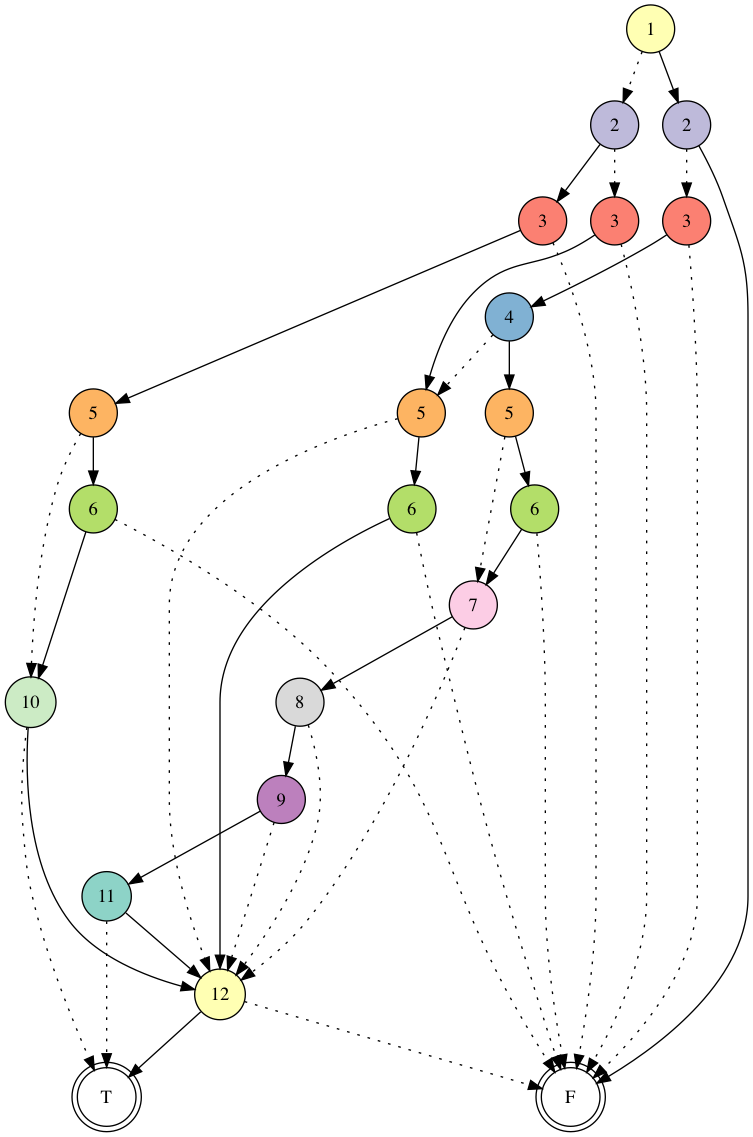
The Graphviz diagram OCaml/test2.png in Bluescreen-Muc/BddApprox, before a commit. Its source is kept beside it as OCaml/test2.dot.
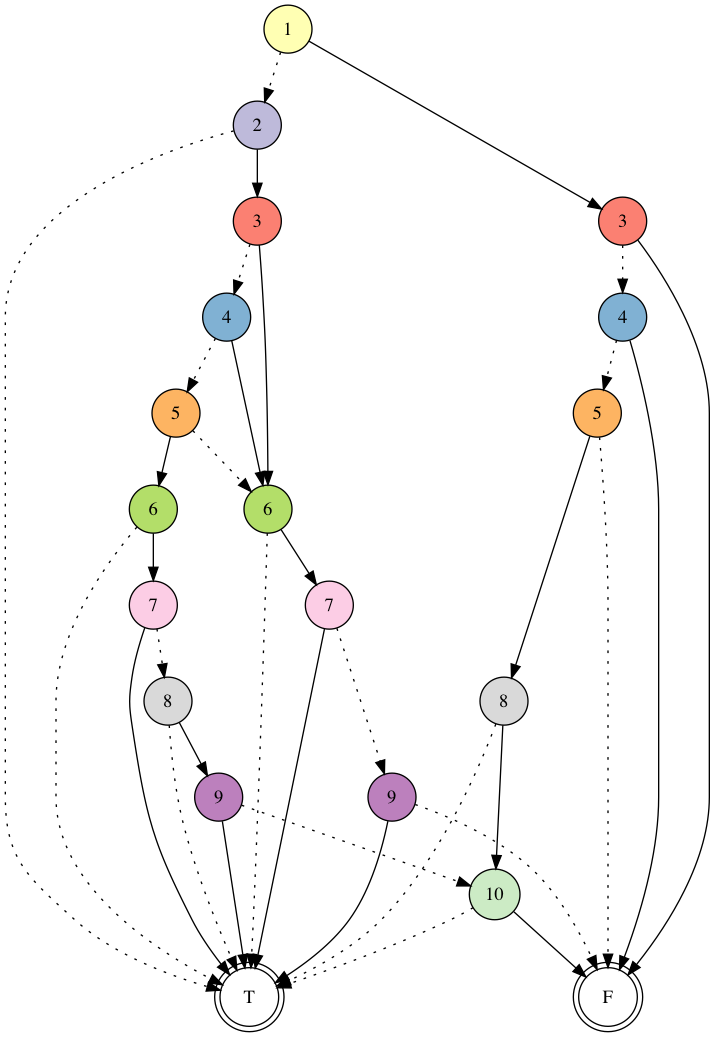
Later version of the same file.

Diff of the diagram source:
```diff
@@ -6,97 +6,460 @@
 		];
 {
 graph [rank=same];
-4739	[fillcolor=2, label=1, rank=1];
+216714	[fillcolor=2, label=1, rank=1];
 }
 {
 graph [rank=same];
-4732	[fillcolor=3, label=2, rank=2];
-4738	[fillcolor=3, label=2, rank=2];
+216713	[fillcolor=3, label=2, rank=2];
 }
 {
 graph [rank=same];
-4736	[fillcolor=4, label=3, rank=3];
-4737	[fillcolor=4, label=3, rank=3];
-4731	[fillcolor=4, label=3, rank=3];
+216691	[fillcolor=4, label=3, rank=3];
+216712	[fillcolor=4, label=3, rank=3];
 }
 {
 graph [rank=same];
-4730	[fillcolor=5, label=4, rank=4];
+216690	[fillcolor=5, label=4, rank=4];
+216711	[fillcolor=5, label=4, rank=4];
 }
 {
 graph [rank=same];
-4727	[fillcolor=6, label=5, rank=5];
-4729	[fillcolor=6, label=5, rank=5];
-4735	[fillcolor=6, label=5, rank=5];
+216710	[fillcolor=6, label=5, rank=5];
+216689	[fillcolor=6, label=5, rank=5];
 }
 {
 graph [rank=same];
-4734	[fillcolor=7, label=6, rank=6];
-4728	[fillcolor=7, label=6, rank=6];
-4726	[fillcolor=7, label=6, rank=6];
+216709	[fillcolor=7, label=6, rank=6];
+216700	[fillcolor=7, label=6, rank=6];
+216631	[fillcolor=7, label=6, rank=6];
+216688	[fillcolor=7, label=6, rank=6];
 }
 {
 graph [rank=same];
-4725	[fillcolor=8, label=7, rank=7];
+216630	[fillcolor=8, label=7, rank=7];
+216664	[fillcolor=8, label=7, rank=7];
+216704	[fillcolor=8, label=7, rank=7];
+216687	[fillcolor=8, label=7, rank=7];
+216708	[fillcolor=8, label=7, rank=7];
+216695	[fillcolor=8, label=7, rank=7];
+216699	[fillcolor=8, label=7, rank=7];
+216614	[fillcolor=8, label=7, rank=7];
 }
 {
 graph [rank=same];
-4724	[fillcolor=9, label=8, rank=8];
+216698	[fillcolor=9, label=8, rank=8];
+216686	[fillcolor=9, label=8, rank=8];
+216703	[fillcolor=9, label=8, rank=8];
+216707	[fillcolor=9, label=8, rank=8];
+216613	[fillcolor=9, label=8, rank=8];
+216663	[fillcolor=9, label=8, rank=8];
+216629	[fillcolor=9, label=8, rank=8];
+216694	[fillcolor=9, label=8, rank=8];
 }
 {
 graph [rank=same];
-4723	[fillcolor=10, label=9, rank=9];
+216679	[fillcolor=10, label=9, rank=9];
+216612	[fillcolor=10, label=9, rank=9];
+216702	[fillcolor=10, label=9, rank=9];
+216696	[fillcolor=10, label=9, rank=9];
+216693	[fillcolor=10, label=9, rank=9];
+216705	[fillcolor=10, label=9, rank=9];
+216655	[fillcolor=10, label=9, rank=9];
+216706	[fillcolor=10, label=9, rank=9];
+216692	[fillcolor=10, label=9, rank=9];
+216685	[fillcolor=10, label=9, rank=9];
+216697	[fillcolor=10, label=9, rank=9];
+216599	[fillcolor=10, label=9, rank=9];
+216662	[fillcolor=10, label=9, rank=9];
+216628	[fillcolor=10, label=9, rank=9];
+216701	[fillcolor=10, label=9, rank=9];
+216622	[fillcolor=10, label=9, rank=9];
 }
 {
 graph [rank=same];
-4733	[fillcolor=11, label=10, rank=10];
+216598	[fillcolor=11, label=10, rank=10];
+216644	[fillcolor=11, label=10, rank=10];
+216602	[fillcolor=11, label=10, rank=10];
+216654	[fillcolor=11, label=10, rank=10];
+216684	[fillcolor=11, label=10, rank=10];
+216617	[fillcolor=11, label=10, rank=10];
+216621	[fillcolor=11, label=10, rank=10];
+216672	[fillcolor=11, label=10, rank=10];
+216678	[fillcolor=11, label=10, rank=10];
+216682	[fillcolor=11, label=10, rank=10];
+216627	[fillcolor=11, label=10, rank=10];
+216594	[fillcolor=11, label=10, rank=10];
+216658	[fillcolor=11, label=10, rank=10];
+216661	[fillcolor=11, label=10, rank=10];
+216625	[fillcolor=11, label=10, rank=10];
+216611	[fillcolor=11, label=10, rank=10];
 }
 {
 graph [rank=same];
-4722	[fillcolor=1, label=11, rank=11];
+216601	[fillcolor=1, label=11, rank=11];
+216657	[fillcolor=1, label=11, rank=11];
+216681	[fillcolor=1, label=11, rank=11];
+216610	[fillcolor=1, label=11, rank=11];
+216659	[fillcolor=1, label=11, rank=11];
+216626	[fillcolor=1, label=11, rank=11];
+216683	[fillcolor=1, label=11, rank=11];
+216600	[fillcolor=1, label=11, rank=11];
+216623	[fillcolor=1, label=11, rank=11];
+216624	[fillcolor=1, label=11, rank=11];
+216680	[fillcolor=1, label=11, rank=11];
+216660	[fillcolor=1, label=11, rank=11];
+216656	[fillcolor=1, label=11, rank=11];
+216603	[fillcolor=1, label=11, rank=11];
 }
 {
 graph [rank=same];
-4721	[fillcolor=2, label=12, rank=12];
+216597	[fillcolor=2, label=12, rank=12];
+216643	[fillcolor=2, label=12, rank=12];
+216593	[fillcolor=2, label=12, rank=12];
+216648	[fillcolor=2, label=12, rank=12];
+216609	[fillcolor=2, label=12, rank=12];
+216589	[fillcolor=2, label=12, rank=12];
+216638	[fillcolor=2, label=12, rank=12];
+216653	[fillcolor=2, label=12, rank=12];
+}
+{
+graph [rank=same];
+216642	[fillcolor=3, label=13, rank=13];
+216652	[fillcolor=3, label=13, rank=13];
+216620	[fillcolor=3, label=13, rank=13];
+216608	[fillcolor=3, label=13, rank=13];
+216677	[fillcolor=3, label=13, rank=13];
+216592	[fillcolor=3, label=13, rank=13];
+216616	[fillcolor=3, label=13, rank=13];
+216671	[fillcolor=3, label=13, rank=13];
+}
+{
+graph [rank=same];
+216607	[fillcolor=4, label=14, rank=14];
+216596	[fillcolor=4, label=14, rank=14];
+216647	[fillcolor=4, label=14, rank=14];
+216588	[fillcolor=4, label=14, rank=14];
+216591	[fillcolor=4, label=14, rank=14];
+216637	[fillcolor=4, label=14, rank=14];
+216641	[fillcolor=4, label=14, rank=14];
+216651	[fillcolor=4, label=14, rank=14];
+}
+{
+graph [rank=same];
+216646	[fillcolor=5, label=15, rank=15];
+216674	[fillcolor=5, label=15, rank=15];
+216640	[fillcolor=5, label=15, rank=15];
+216650	[fillcolor=5, label=15, rank=15];
+216670	[fillcolor=5, label=15, rank=15];
+216676	[fillcolor=5, label=15, rank=15];
+216668	[fillcolor=5, label=15, rank=15];
+216636	[fillcolor=5, label=15, rank=15];
+}
+{
+graph [rank=same];
+216595	[fillcolor=6, label=16, rank=16];
+216645	[fillcolor=6, label=16, rank=16];
+216649	[fillcolor=6, label=16, rank=16];
+216619	[fillcolor=6, label=16, rank=16];
+216606	[fillcolor=6, label=16, rank=16];
+216673	[fillcolor=6, label=16, rank=16];
+216618	[fillcolor=6, label=16, rank=16];
+216675	[fillcolor=6, label=16, rank=16];
+}
+{
+graph [rank=same];
+216639	[fillcolor=7, label=17, rank=17];
+216615	[fillcolor=7, label=17, rank=17];
+216669	[fillcolor=7, label=17, rank=17];
+216605	[fillcolor=7, label=17, rank=17];
+216590	[fillcolor=7, label=17, rank=17];
+}
+{
+graph [rank=same];
+216604	[fillcolor=9, label=19, rank=18];
+}
+{
+graph [rank=same];
+216635	[fillcolor=10, label=20, rank=19];
+216667	[fillcolor=10, label=20, rank=19];
+}
+{
+graph [rank=same];
+216634	[fillcolor=11, label=21, rank=20];
+216587	[fillcolor=11, label=21, rank=20];
+}
+{
+graph [rank=same];
+216666	[fillcolor=1, label=22, rank=21];
+216633	[fillcolor=1, label=22, rank=21];
+}
+{
+graph [rank=same];
+216665	[fillcolor=3, label=24, rank=22];
+216632	[fillcolor=3, label=24, rank=22];
+}
+{
+graph [rank=same];
+216586	[fillcolor=5, label=26, rank=23];
 }
 0	 [fillcolor=White, label=F, rank=None, shape=doublecircle];
 1	 [fillcolor=White, label=T, rank=None, shape=doublecircle];
-4738 -> 4737 		[style=dotted];
-4738 -> 4736
-4732 -> 4731 		[style=dotted];
-4732 -> 0
-4726 -> 0 		[style=dotted];
-4726 -> 4725
-4731 -> 0 		[style=dotted];
-4731 -> 4730
-4735 -> 4733 		[style=dotted];
-4735 -> 4734
-4728 -> 0 		[style=dotted];
-4728 -> 4721
-4725 -> 4721 		[style=dotted];
-4725 -> 4724
-4721 -> 0 		[style=dotted];
-4721 -> 1
-4737 -> 0 		[style=dotted];
-4737 -> 4729
-4724 -> 4721 		[style=dotted];
-4724 -> 4723
-4723 -> 4721 		[style=dotted];
-4723 -> 4722
-4734 -> 0 		[style=dotted];
-4734 -> 4733
-4733 -> 1 		[style=dotted];
-4733 -> 4721
-4729 -> 4721 		[style=dotted];
-4729 -> 4728
-4730 -> 4729 		[style=dotted];
-4730 -> 4727
-4722 -> 1 		[style=dotted];
-4722 -> 4721
-4739 -> 4738 		[style=dotted];
-4739 -> 4732
-4727 -> 4725 		[style=dotted];
-4727 -> 4726
-4736 -> 0 		[style=dotted];
-4736 -> 4735
+216688 -> 216687 		[style=dotted];
+216688 -> 216664
+216622 -> 216621 		[style=dotted];
+216622 -> 216617
+216675 -> 216669 		[style=dotted];
+216675 -> 1
+216653 -> 1 		[style=dotted];
+216653 -> 216652
+216651 -> 1 		[style=dotted];
+216651 -> 216650
+216618 -> 0 		[style=dotted];
+216618 -> 1
+216671 -> 1 		[style=dotted];
+216671 -> 216670
+216641 -> 1 		[style=dotted];
+216641 -> 216640
+216614 -> 1 		[style=dotted];
+216614 -> 216613
+216694 -> 216693 		[style=dotted];
+216694 -> 216692
+216616 -> 1 		[style=dotted];
+216616 -> 216615
+216603 -> 1 		[style=dotted];
+216603 -> 216597
+216712 -> 1 		[style=dotted];
+216712 -> 216711
+216590 -> 216587 		[style=dotted];
+216590 -> 1
+216586 -> 0 		[style=dotted];
+216586 -> 1
+216701 -> 216648 		[style=dotted];
+216701 -> 216638
+216689 -> 1 		[style=dotted];
+216689 -> 216688
+216637 -> 1 		[style=dotted];
+216637 -> 216636
+216604 -> 216587 		[style=dotted];
+216604 -> 1
+216587 -> 216586 		[style=dotted];
+216587 -> 1
+216714 -> 216713 		[style=dotted];
+216714 -> 1
+216711 -> 216710 		[style=dotted];
+216711 -> 216700
+216629 -> 216628 		[style=dotted];
+216629 -> 216622
+216591 -> 1 		[style=dotted];
+216591 -> 216590
+216663 -> 216662 		[style=dotted];
+216663 -> 216655
+216588 -> 1 		[style=dotted];
+216588 -> 216587
+216628 -> 216627 		[style=dotted];
+216628 -> 216625
+216636 -> 216635 		[style=dotted];
+216636 -> 1
+216668 -> 216667 		[style=dotted];
+216668 -> 1
+216638 -> 1 		[style=dotted];
+216638 -> 216637
+216631 -> 216630 		[style=dotted];
+216631 -> 216614
+216699 -> 1 		[style=dotted];
+216699 -> 216698
+216676 -> 216675 		[style=dotted];
+216676 -> 1
+216662 -> 216661 		[style=dotted];
+216662 -> 216658
+216599 -> 216598 		[style=dotted];
+216599 -> 216594
+216611 -> 216610 		[style=dotted];
+216611 -> 216603
+216592 -> 1 		[style=dotted];
+216592 -> 216591
+216656 -> 1 		[style=dotted];
+216656 -> 216638
+216697 -> 216626 		[style=dotted];
+216697 -> 216623
+216685 -> 216684 		[style=dotted];
+216685 -> 216682
+216700 -> 216699 		[style=dotted];
+216700 -> 216695
+216670 -> 216669 		[style=dotted];
+216670 -> 1
+216633 -> 216632 		[style=dotted];
+216633 -> 1
+216605 -> 216604 		[style=dotted];
+216605 -> 1
+216677 -> 1 		[style=dotted];
+216677 -> 216676
+216692 -> 216597 		[style=dotted];
+216692 -> 216589
+216660 -> 1 		[style=dotted];
+216660 -> 216653
+216695 -> 1 		[style=dotted];
+216695 -> 216694
+216666 -> 216665 		[style=dotted];
+216666 -> 1
+216708 -> 1 		[style=dotted];
+216708 -> 216707
+216625 -> 216624 		[style=dotted];
+216625 -> 216623
+216691 -> 1 		[style=dotted];
+216691 -> 216690
+216706 -> 216683 		[style=dotted];
+216706 -> 216680
+216632 -> 216586 		[style=dotted];
+216632 -> 1
+216608 -> 1 		[style=dotted];
+216608 -> 216607
+216650 -> 216649 		[style=dotted];
+216650 -> 1
+216640 -> 216639 		[style=dotted];
+216640 -> 1
+216661 -> 216660 		[style=dotted];
+216661 -> 216659
+216673 -> 216667 		[style=dotted];
+216673 -> 1
+216658 -> 216657 		[style=dotted];
+216658 -> 216656
+216680 -> 1 		[style=dotted];
+216680 -> 216668
+216594 -> 216593 		[style=dotted];
+216594 -> 216589
+216624 -> 1 		[style=dotted];
+216624 -> 216616
+216613 -> 216612 		[style=dotted];
+216613 -> 216599
+216667 -> 1 		[style=dotted];
+216667 -> 216666
+216627 -> 1 		[style=dotted];
+216627 -> 216626
+216647 -> 1 		[style=dotted];
+216647 -> 216646
+216709 -> 216708 		[style=dotted];
+216709 -> 216704
+216707 -> 216706 		[style=dotted];
+216707 -> 216705
+216623 -> 1 		[style=dotted];
+216623 -> 0
+216703 -> 216702 		[style=dotted];
+216703 -> 216701
+216682 -> 216681 		[style=dotted];
+216682 -> 216680
+216606 -> 216605 		[style=dotted];
+216606 -> 1
+216620 -> 1 		[style=dotted];
+216620 -> 216619
+216600 -> 1 		[style=dotted];
+216600 -> 216589
+216678 -> 216677 		[style=dotted];
+216678 -> 216674
+216669 -> 216667 		[style=dotted];
+216669 -> 1
+216652 -> 1 		[style=dotted];
+216652 -> 216651
+216690 -> 216689 		[style=dotted];
+216690 -> 216631
+216672 -> 216671 		[style=dotted];
+216672 -> 216668
+216621 -> 216620 		[style=dotted];
+216621 -> 216618
+216617 -> 216616 		[style=dotted];
+216617 -> 0
+216635 -> 1 		[style=dotted];
+216635 -> 216634
+216615 -> 0 		[style=dotted];
+216615 -> 1
+216687 -> 1 		[style=dotted];
+216687 -> 216686
+216684 -> 1 		[style=dotted];
+216684 -> 216683
+216619 -> 216615 		[style=dotted];
+216619 -> 1
+216683 -> 1 		[style=dotted];
+216683 -> 216674
+216654 -> 216653 		[style=dotted];
+216654 -> 216648
+216655 -> 216654 		[style=dotted];
+216655 -> 216644
+216704 -> 1 		[style=dotted];
+216704 -> 216703
+216596 -> 1 		[style=dotted];
+216596 -> 216595
+216705 -> 216674 		[style=dotted];
+216705 -> 216668
+216634 -> 216633 		[style=dotted];
+216634 -> 1
+216589 -> 1 		[style=dotted];
+216589 -> 216588
+216649 -> 216639 		[style=dotted];
+216649 -> 1
+216686 -> 216685 		[style=dotted];
+216686 -> 216679
+216609 -> 1 		[style=dotted];
+216609 -> 216608
+216710 -> 1 		[style=dotted];
+216710 -> 216709
+216626 -> 1 		[style=dotted];
+216626 -> 216618
+216664 -> 1 		[style=dotted];
+216664 -> 216663
+216648 -> 1 		[style=dotted];
+216648 -> 216647
+216645 -> 216635 		[style=dotted];
+216645 -> 1
+216602 -> 216601 		[style=dotted];
+216602 -> 216600
+216693 -> 216603 		[style=dotted];
+216693 -> 216600
+216696 -> 216618 		[style=dotted];
+216696 -> 0
+216659 -> 1 		[style=dotted];
+216659 -> 216648
+216610 -> 216609 		[style=dotted];
+216610 -> 1
+216644 -> 216643 		[style=dotted];
+216644 -> 216638
+216674 -> 216673 		[style=dotted];
+216674 -> 1
+216665 -> 0 		[style=dotted];
+216665 -> 1
+216639 -> 216635 		[style=dotted];
+216639 -> 1
+216607 -> 1 		[style=dotted];
+216607 -> 216606
+216593 -> 1 		[style=dotted];
+216593 -> 216592
+216702 -> 216659 		[style=dotted];
+216702 -> 216656
+216713 -> 216712 		[style=dotted];
+216713 -> 216691
+216698 -> 216697 		[style=dotted];
+216698 -> 216696
+216595 -> 216587 		[style=dotted];
+216595 -> 1
+216681 -> 1 		[style=dotted];
+216681 -> 216671
+216657 -> 1 		[style=dotted];
+216657 -> 216643
+216612 -> 216611 		[style=dotted];
+216612 -> 216602
+216646 -> 216645 		[style=dotted];
+216646 -> 1
+216643 -> 1 		[style=dotted];
+216643 -> 216642
+216642 -> 1 		[style=dotted];
+216642 -> 216641
+216630 -> 1 		[style=dotted];
+216630 -> 216629
+216601 -> 1 		[style=dotted];
+216601 -> 216593
+216598 -> 1 		[style=dotted];
+216598 -> 216597
+216679 -> 216678 		[style=dotted];
+216679 -> 216672
+216597 -> 1 		[style=dotted];
+216597 -> 216596
 }
```
